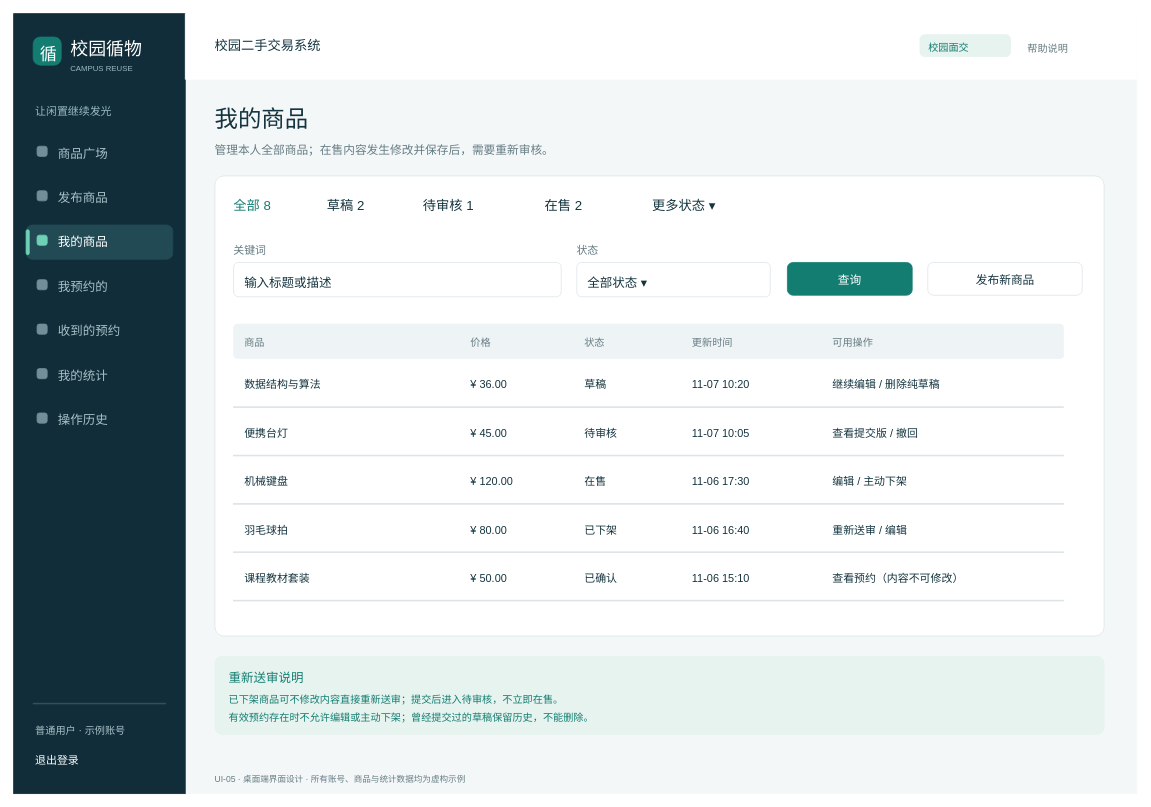
Above: page "界面05_我的商品" (5 of 14) of lab2/UI/校园循物_UI设计.drawio in hqzhao-debug/software-engineering-lab1 (draw.io), before the change. Source tidied: cells renumbered, new cells numbered last; positions are measured from the earlier drawing's top-left corner, leaving out a move shared by most shapes. Both pictures are drawn from the tidied source at 78%, with x=0, y=0 at pixel (13, 13).
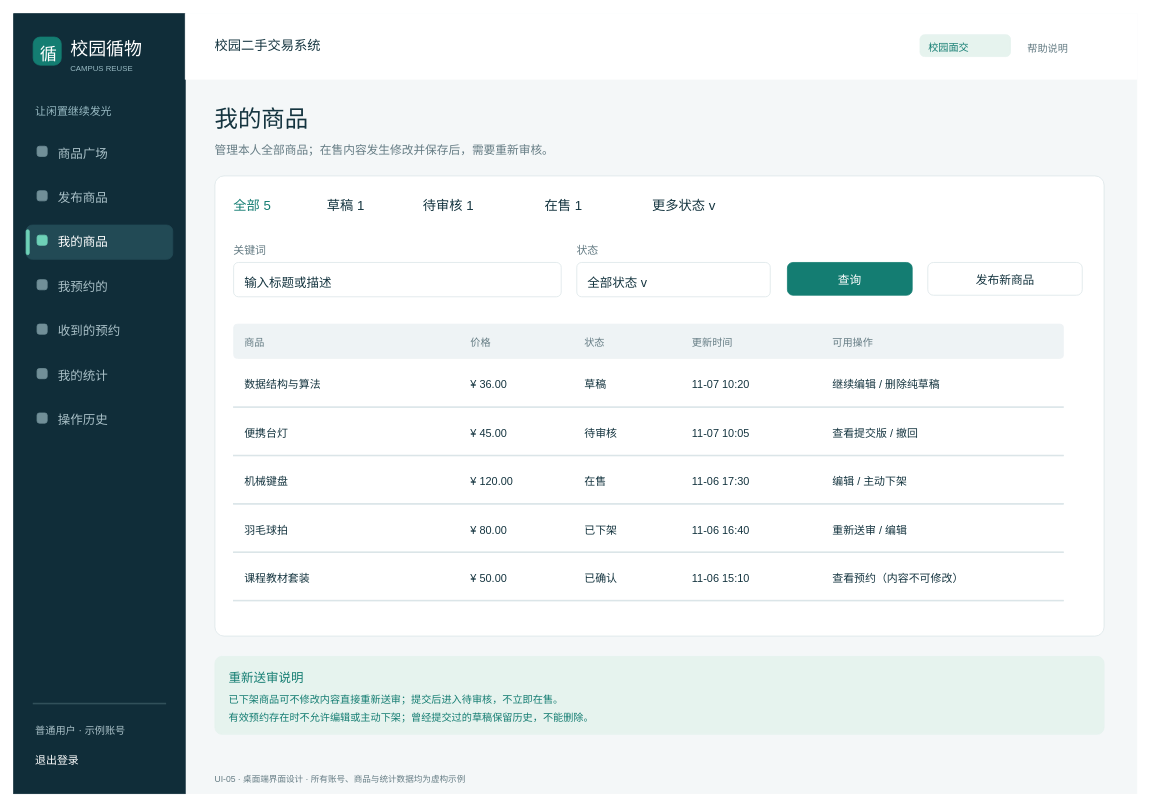
The same diagram, later.

Change to the diagram source:
```diff
@@
-    <mxCell id="37" value="全部 8" style="text;html=0;strokeColor=none;fillColor=none;align=left;verticalAlign=top;whiteSpace=wrap;rounded=0;fontFamily=Hiragino Sans GB;fontSize=17;fontColor=#147D72;spacing=0;" parent="1" vertex="1">
+    <mxCell id="37" value="全部 5" style="text;html=0;strokeColor=none;fillColor=none;align=left;verticalAlign=top;whiteSpace=wrap;rounded=0;fontFamily=Hiragino Sans GB;fontSize=17;fontColor=#147D72;spacing=0;" parent="1" vertex="1">
       <mxGeometry x="282" y="232" width="62.5" height="29" as="geometry" />
     </mxCell>
-    <mxCell id="38" value="草稿 2" style="text;html=0;strokeColor=none;fillColor=none;align=left;verticalAlign=top;whiteSpace=wrap;rounded=0;fontFamily=Hiragino Sans GB;fontSize=17;fontColor=#14343F;spacing=0;" parent="1" vertex="1">
+    <mxCell id="38" value="草稿 1" style="text;html=0;strokeColor=none;fillColor=none;align=left;verticalAlign=top;whiteSpace=wrap;rounded=0;fontFamily=Hiragino Sans GB;fontSize=17;fontColor=#14343F;spacing=0;" parent="1" vertex="1">
       <mxGeometry x="402" y="232" width="62.5" height="29" as="geometry" />
     </mxCell>
@@
-    <mxCell id="40" value="在售 2" style="text;html=0;strokeColor=none;fillColor=none;align=left;verticalAlign=top;whiteSpace=wrap;rounded=0;fontFamily=Hiragino Sans GB;fontSize=17;fontColor=#14343F;spacing=0;" parent="1" vertex="1">
+    <mxCell id="40" value="在售 1" style="text;html=0;strokeColor=none;fillColor=none;align=left;verticalAlign=top;whiteSpace=wrap;rounded=0;fontFamily=Hiragino Sans GB;fontSize=17;fontColor=#14343F;spacing=0;" parent="1" vertex="1">
       <mxGeometry x="681" y="232" width="62.5" height="29" as="geometry" />
     </mxCell>
-    <mxCell id="41" value="更多状态 ▾" style="text;html=0;strokeColor=none;fillColor=none;align=left;verticalAlign=top;whiteSpace=wrap;rounded=0;fontFamily=Hiragino Sans GB;fontSize=17;fontColor=#14343F;spacing=0;" parent="1" vertex="1">
-      <mxGeometry x="819" y="232" width="102.5" height="29" as="geometry" />
+    <mxCell id="41" value="更多状态 v" style="text;html=0;strokeColor=none;fillColor=none;align=left;verticalAlign=top;whiteSpace=wrap;rounded=0;fontFamily=Hiragino Sans GB;fontSize=17;fontColor=#14343F;spacing=0;" parent="1" vertex="1">
+      <mxGeometry x="819" y="232" width="95" height="29" as="geometry" />
     </mxCell>
@@
-    <mxCell id="47" value="全部状态 ▾" style="text;html=0;strokeColor=none;fillColor=none;align=left;verticalAlign=top;whiteSpace=wrap;rounded=0;fontFamily=Hiragino Sans GB;fontSize=16;fontColor=#14343F;spacing=0;" parent="1" vertex="1">
-      <mxGeometry x="736" y="331" width="97.5" height="28" as="geometry" />
+    <mxCell id="47" value="全部状态 v" style="text;html=0;strokeColor=none;fillColor=none;align=left;verticalAlign=top;whiteSpace=wrap;rounded=0;fontFamily=Hiragino Sans GB;fontSize=16;fontColor=#14343F;spacing=0;" parent="1" vertex="1">
+      <mxGeometry x="736" y="331" width="90" height="28" as="geometry" />
     </mxCell>
```
